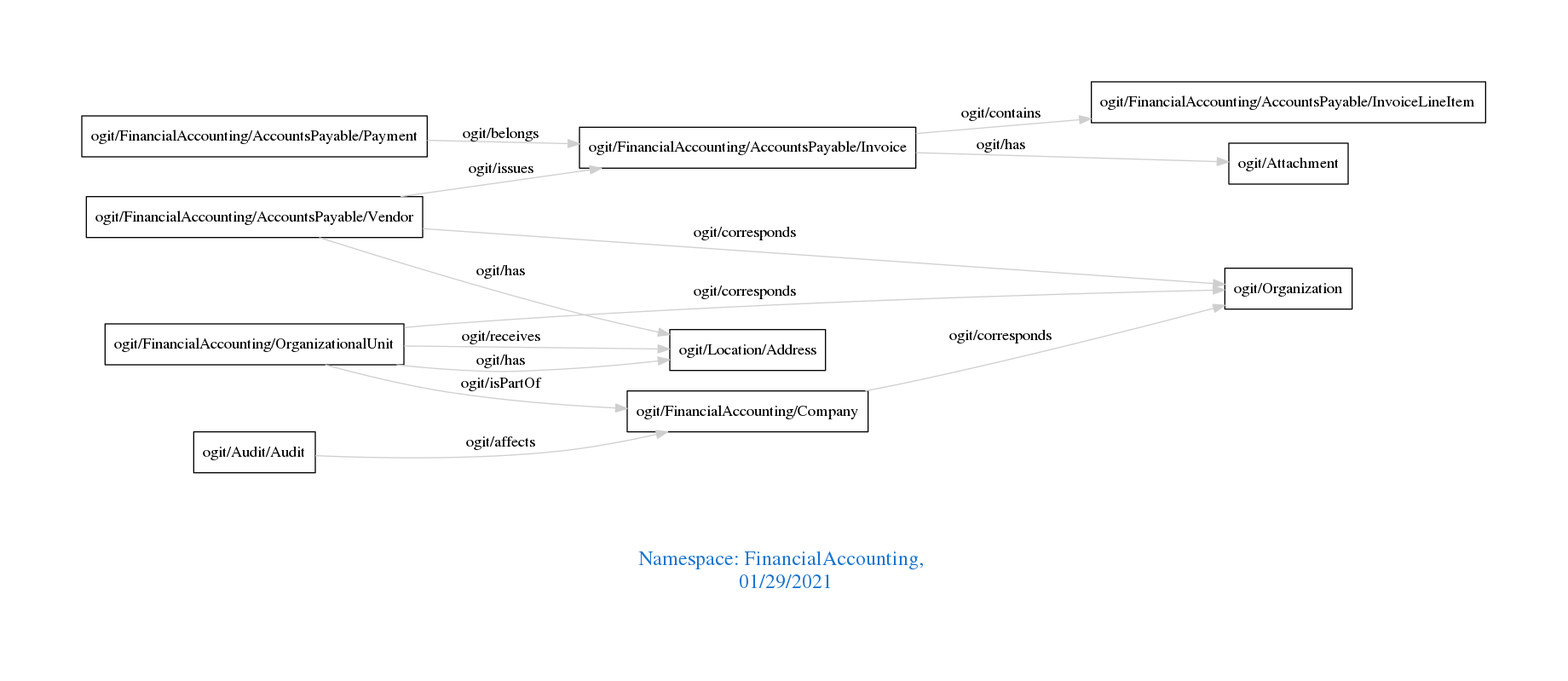
The Graphviz diagram downloads/FinancialAccounting.png in arago/OGIT, before a commit. Its source is kept beside it as downloads/FinancialAccounting.dot.
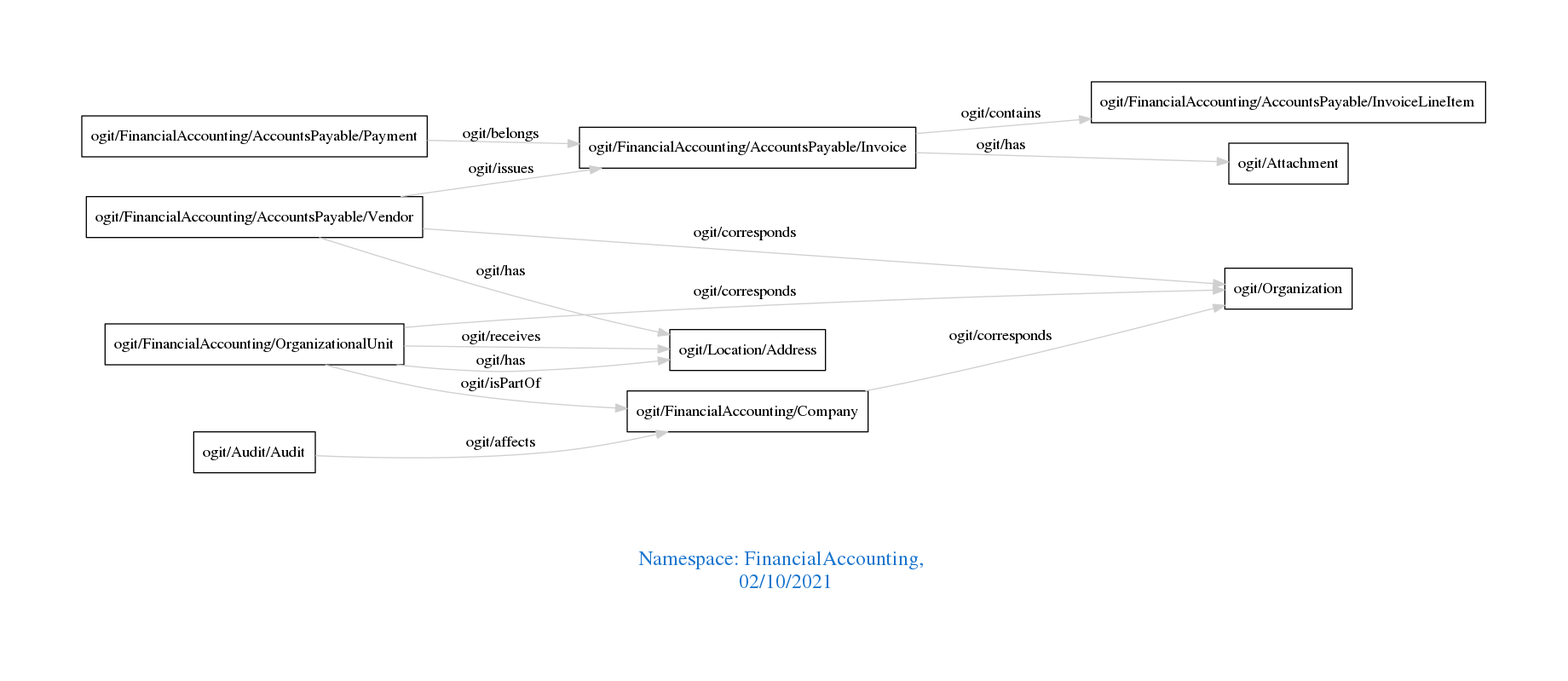
The same file after the commit.

Change to the diagram source:
```diff
@@ -1,7 +1,7 @@
 digraph OGIT_ontology {
  graph [ rankdir= LR,pad=1
 fontsize = 18,
-fontcolor= dodgerblue3,label = "\n\n\nNamespace: FinancialAccounting, \n 01/29/2021"];
+fontcolor= dodgerblue3,label = "\n\n\nNamespace: FinancialAccounting, \n 02/10/2021"];
 node[shape=polygon];
 edge [  color="gray81"];
 
```
